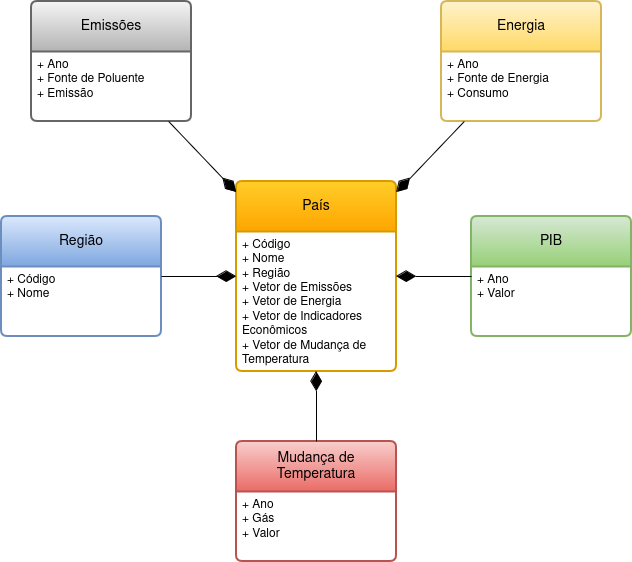
Earlier version of the draw.io export Avaliacao2/modelos/Modelo Lógico.png (Jociclelio/MC536-Projeto1-Banco-de-dados-ODS13). Source tidied: cells renumbered, new cells last; positions are measured from the earlier drawing's top-left corner, leaving out a move shared by most shapes. The source it was exported from:
```xml
<mxGraphModel>
  <root>
    <mxCell id="0" />
    <mxCell id="1" parent="0" />
    <mxCell id="2" value="País" style="swimlane;horizontal=1;startSize=50;rounded=1;fontSize=14;fontStyle=0;strokeWidth=2;shadow=0;dashed=0;align=center;arcSize=4;whiteSpace=wrap;html=1;fillColor=#ffcd28;gradientColor=#ffa500;strokeColor=#d79b00;" parent="1" vertex="1">
      <mxGeometry x="235" y="180" width="160" height="190" as="geometry" />
    </mxCell>
    <mxCell id="3" value="&lt;div&gt;+ Código&lt;br&gt;&lt;/div&gt;&lt;div&gt;+ Nome&lt;/div&gt;&lt;div&gt;+ Região&lt;/div&gt;&lt;div&gt;+ Vetor de Emissões&lt;/div&gt;&lt;div&gt;+ Vetor de Energia&lt;/div&gt;&lt;div&gt;+ Vetor de Indicadores Econômicos&lt;/div&gt;&lt;div&gt;+ Vetor de Mudança de Temperatura&lt;br&gt;&lt;/div&gt;" style="align=left;strokeColor=none;fillColor=none;spacingLeft=4;spacingRight=4;fontSize=12;verticalAlign=top;html=1;whiteSpace=wrap;" parent="2" vertex="1">
      <mxGeometry y="50" width="160" height="140" as="geometry" />
    </mxCell>
    <mxCell id="4" value="Região" style="swimlane;horizontal=1;startSize=50;rounded=1;fontSize=14;fontStyle=0;strokeWidth=2;shadow=0;dashed=0;align=center;arcSize=4;whiteSpace=wrap;html=1;fillColor=#dae8fc;strokeColor=#6c8ebf;gradientColor=#7ea6e0;" parent="1" vertex="1">
      <mxGeometry y="215" width="160" height="120" as="geometry" />
    </mxCell>
    <mxCell id="5" value="+ Código&lt;br&gt;+ Nome" style="align=left;strokeColor=none;fillColor=none;spacingLeft=4;spacingRight=4;fontSize=12;verticalAlign=top;html=1;whiteSpace=wrap;" parent="4" vertex="1">
      <mxGeometry y="50" width="160" height="70" as="geometry" />
    </mxCell>
    <mxCell id="6" value="PIB" style="swimlane;horizontal=1;startSize=50;rounded=1;fontSize=14;fontStyle=0;strokeWidth=2;shadow=0;dashed=0;align=center;arcSize=4;whiteSpace=wrap;html=1;fillColor=#d5e8d4;strokeColor=#82b366;gradientColor=#97d077;" parent="1" vertex="1">
      <mxGeometry x="470" y="215" width="160" height="120" as="geometry" />
    </mxCell>
    <mxCell id="7" value="+ Ano&lt;br&gt;+ Valor" style="align=left;strokeColor=none;fillColor=none;spacingLeft=4;spacingRight=4;fontSize=12;verticalAlign=top;html=1;whiteSpace=wrap;" parent="6" vertex="1">
      <mxGeometry y="50" width="160" height="70" as="geometry" />
    </mxCell>
    <mxCell id="8" value="Emissões" style="swimlane;horizontal=1;startSize=50;rounded=1;fontSize=14;fontStyle=0;strokeWidth=2;shadow=0;dashed=0;align=center;arcSize=4;whiteSpace=wrap;html=1;fillColor=#f5f5f5;strokeColor=#666666;gradientColor=#b3b3b3;" parent="1" vertex="1">
      <mxGeometry x="30" width="160" height="120" as="geometry" />
    </mxCell>
    <mxCell id="9" value="+ Ano&lt;br&gt;+ Fonte de Poluente&lt;br&gt;+ Emissão" style="align=left;strokeColor=none;fillColor=none;spacingLeft=4;spacingRight=4;fontSize=12;verticalAlign=top;html=1;whiteSpace=wrap;" parent="8" vertex="1">
      <mxGeometry y="50" width="160" height="70" as="geometry" />
    </mxCell>
    <mxCell id="10" value="Energia" style="swimlane;horizontal=1;startSize=50;rounded=1;fontSize=14;fontStyle=0;strokeWidth=2;shadow=0;dashed=0;align=center;arcSize=4;whiteSpace=wrap;html=1;fillColor=#fff2cc;strokeColor=#d6b656;gradientColor=#ffd966;" parent="1" vertex="1">
      <mxGeometry x="440" width="160" height="120" as="geometry" />
    </mxCell>
    <mxCell id="11" value="+ Ano&lt;br&gt;+ Fonte de Energia&lt;br&gt;+ Consumo" style="align=left;strokeColor=none;fillColor=none;spacingLeft=4;spacingRight=4;fontSize=12;verticalAlign=top;html=1;whiteSpace=wrap;" parent="10" vertex="1">
      <mxGeometry y="50" width="160" height="70" as="geometry" />
    </mxCell>
    <mxCell id="12" style="endArrow=none;html=1;rounded=0;startArrow=diamondThin;startFill=1;strokeWidth=1;targetPerimeterSpacing=0;sourcePerimeterSpacing=0;endSize=6;startSize=17;" parent="1" edge="1" source="2" target="6">
      <mxGeometry relative="1" as="geometry" />
    </mxCell>
    <mxCell id="13" style="endArrow=diamondThin;html=1;rounded=0;startArrow=none;startFill=0;endFill=1;sourcePerimeterSpacing=0;startSize=6;endSize=17;" parent="1" edge="1" source="4" target="2">
      <mxGeometry relative="1" as="geometry" />
    </mxCell>
    <mxCell id="14" style="endArrow=diamondThin;html=1;rounded=0;startArrow=none;startFill=0;endFill=1;endSize=17;" parent="1" edge="1" source="8" target="2">
      <mxGeometry relative="1" as="geometry" />
    </mxCell>
    <mxCell id="15" style="endArrow=none;html=1;rounded=0;startArrow=diamondThin;startFill=1;startSize=17;" parent="1" edge="1" source="2" target="10">
      <mxGeometry relative="1" as="geometry" />
    </mxCell>
    <mxCell id="16" value="Mudança de Temperatura" style="swimlane;horizontal=1;startSize=50;rounded=1;fontSize=14;fontStyle=0;strokeWidth=2;shadow=0;dashed=0;align=center;arcSize=4;whiteSpace=wrap;html=1;fillColor=#f8cecc;gradientColor=#ea6b66;strokeColor=#b85450;" parent="1" vertex="1">
      <mxGeometry x="235" y="440" width="160" height="120" as="geometry" />
    </mxCell>
    <mxCell id="17" value="&lt;div&gt;+ Ano&lt;/div&gt;&lt;div&gt;+ Gás&lt;br&gt;&lt;/div&gt;+ Valor" style="align=left;strokeColor=none;fillColor=none;spacingLeft=4;spacingRight=4;fontSize=12;verticalAlign=top;html=1;whiteSpace=wrap;" parent="16" vertex="1">
      <mxGeometry y="50" width="160" height="70" as="geometry" />
    </mxCell>
    <mxCell id="18" style="endArrow=none;html=1;rounded=0;startArrow=diamondThin;startFill=1;startSize=17;" parent="1" edge="1" source="3" target="16">
      <mxGeometry relative="1" as="geometry" />
    </mxCell>
  </root>
</mxGraphModel>
```
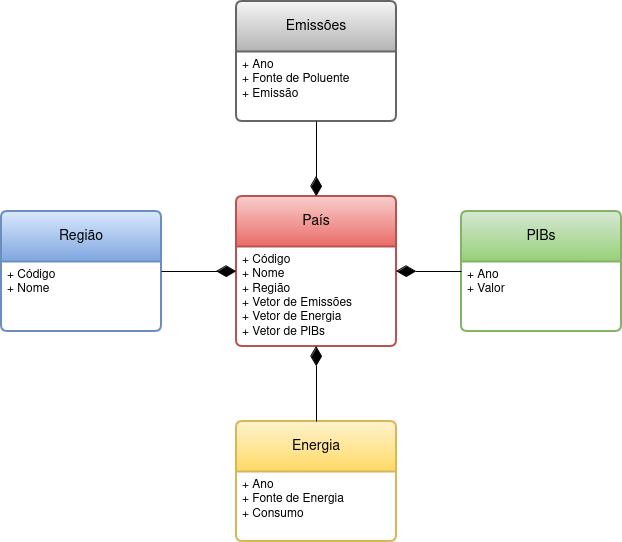
Above is the later version.

Commit message:
Adicionando o Modelo Lógico

Diff of the diagram source:
```diff
@@ -2,32 +2,32 @@
   <root>
     <mxCell id="0" />
     <mxCell id="1" parent="0" />
-    <mxCell id="2" value="País" style="swimlane;horizontal=1;startSize=50;rounded=1;fontSize=14;fontStyle=0;strokeWidth=2;shadow=0;dashed=0;align=center;arcSize=4;whiteSpace=wrap;html=1;fillColor=#ffcd28;gradientColor=#ffa500;strokeColor=#d79b00;" parent="1" vertex="1">
-      <mxGeometry x="235" y="180" width="160" height="190" as="geometry" />
+    <mxCell id="2" value="País" style="swimlane;horizontal=1;startSize=50;rounded=1;fontSize=14;fontStyle=0;strokeWidth=2;shadow=0;dashed=0;align=center;arcSize=4;whiteSpace=wrap;html=1;fillColor=#f8cecc;gradientColor=#ea6b66;strokeColor=#b85450;" parent="1" vertex="1">
+      <mxGeometry x="235" y="185" width="160" height="150" as="geometry" />
     </mxCell>
-    <mxCell id="3" value="&lt;div&gt;+ Código&lt;br&gt;&lt;/div&gt;&lt;div&gt;+ Nome&lt;/div&gt;&lt;div&gt;+ Região&lt;/div&gt;&lt;div&gt;+ Vetor de Emissões&lt;/div&gt;&lt;div&gt;+ Vetor de Energia&lt;/div&gt;&lt;div&gt;+ Vetor de Indicadores Econômicos&lt;/div&gt;&lt;div&gt;+ Vetor de Mudança de Temperatura&lt;br&gt;&lt;/div&gt;" style="align=left;strokeColor=none;fillColor=none;spacingLeft=4;spacingRight=4;fontSize=12;verticalAlign=top;html=1;whiteSpace=wrap;" parent="2" vertex="1">
-      <mxGeometry y="50" width="160" height="140" as="geometry" />
+    <mxCell id="3" value="&lt;div&gt;+ Código&lt;br&gt;&lt;/div&gt;&lt;div&gt;+ Nome&lt;/div&gt;&lt;div&gt;+ Região&lt;/div&gt;&lt;div&gt;+ Vetor de Emissões&lt;/div&gt;&lt;div&gt;+ Vetor de Energia&lt;/div&gt;&lt;div&gt;+ Vetor de PIBs&lt;/div&gt;" style="align=left;strokeColor=none;fillColor=none;spacingLeft=4;spacingRight=4;fontSize=12;verticalAlign=top;html=1;whiteSpace=wrap;" parent="2" vertex="1">
+      <mxGeometry y="50" width="160" height="100" as="geometry" />
     </mxCell>
     <mxCell id="4" value="Região" style="swimlane;horizontal=1;startSize=50;rounded=1;fontSize=14;fontStyle=0;strokeWidth=2;shadow=0;dashed=0;align=center;arcSize=4;whiteSpace=wrap;html=1;fillColor=#dae8fc;strokeColor=#6c8ebf;gradientColor=#7ea6e0;" parent="1" vertex="1">
-      <mxGeometry y="215" width="160" height="120" as="geometry" />
+      <mxGeometry y="200" width="160" height="120" as="geometry" />
     </mxCell>
     <mxCell id="5" value="+ Código&lt;br&gt;+ Nome" style="align=left;strokeColor=none;fillColor=none;spacingLeft=4;spacingRight=4;fontSize=12;verticalAlign=top;html=1;whiteSpace=wrap;" parent="4" vertex="1">
       <mxGeometry y="50" width="160" height="70" as="geometry" />
     </mxCell>
-    <mxCell id="6" value="PIB" style="swimlane;horizontal=1;startSize=50;rounded=1;fontSize=14;fontStyle=0;strokeWidth=2;shadow=0;dashed=0;align=center;arcSize=4;whiteSpace=wrap;html=1;fillColor=#d5e8d4;strokeColor=#82b366;gradientColor=#97d077;" parent="1" vertex="1">
-      <mxGeometry x="470" y="215" width="160" height="120" as="geometry" />
+    <mxCell id="6" value="PIBs" style="swimlane;horizontal=1;startSize=50;rounded=1;fontSize=14;fontStyle=0;strokeWidth=2;shadow=0;dashed=0;align=center;arcSize=4;whiteSpace=wrap;html=1;fillColor=#d5e8d4;strokeColor=#82b366;gradientColor=#97d077;" parent="1" vertex="1">
+      <mxGeometry x="460" y="200" width="160" height="120" as="geometry" />
     </mxCell>
     <mxCell id="7" value="+ Ano&lt;br&gt;+ Valor" style="align=left;strokeColor=none;fillColor=none;spacingLeft=4;spacingRight=4;fontSize=12;verticalAlign=top;html=1;whiteSpace=wrap;" parent="6" vertex="1">
       <mxGeometry y="50" width="160" height="70" as="geometry" />
     </mxCell>
     <mxCell id="8" value="Emissões" style="swimlane;horizontal=1;startSize=50;rounded=1;fontSize=14;fontStyle=0;strokeWidth=2;shadow=0;dashed=0;align=center;arcSize=4;whiteSpace=wrap;html=1;fillColor=#f5f5f5;strokeColor=#666666;gradientColor=#b3b3b3;" parent="1" vertex="1">
-      <mxGeometry x="30" width="160" height="120" as="geometry" />
+      <mxGeometry x="235" y="-10" width="160" height="120" as="geometry" />
     </mxCell>
     <mxCell id="9" value="+ Ano&lt;br&gt;+ Fonte de Poluente&lt;br&gt;+ Emissão" style="align=left;strokeColor=none;fillColor=none;spacingLeft=4;spacingRight=4;fontSize=12;verticalAlign=top;html=1;whiteSpace=wrap;" parent="8" vertex="1">
       <mxGeometry y="50" width="160" height="70" as="geometry" />
     </mxCell>
     <mxCell id="10" value="Energia" style="swimlane;horizontal=1;startSize=50;rounded=1;fontSize=14;fontStyle=0;strokeWidth=2;shadow=0;dashed=0;align=center;arcSize=4;whiteSpace=wrap;html=1;fillColor=#fff2cc;strokeColor=#d6b656;gradientColor=#ffd966;" parent="1" vertex="1">
-      <mxGeometry x="440" width="160" height="120" as="geometry" />
+      <mxGeometry x="235" y="410" width="160" height="120" as="geometry" />
     </mxCell>
     <mxCell id="11" value="+ Ano&lt;br&gt;+ Fonte de Energia&lt;br&gt;+ Consumo" style="align=left;strokeColor=none;fillColor=none;spacingLeft=4;spacingRight=4;fontSize=12;verticalAlign=top;html=1;whiteSpace=wrap;" parent="10" vertex="1">
       <mxGeometry y="50" width="160" height="70" as="geometry" />
@@ -44,14 +44,5 @@
     <mxCell id="15" style="endArrow=none;html=1;rounded=0;startArrow=diamondThin;startFill=1;startSize=17;" parent="1" edge="1" source="2" target="10">
       <mxGeometry relative="1" as="geometry" />
     </mxCell>
-    <mxCell id="16" value="Mudança de Temperatura" style="swimlane;horizontal=1;startSize=50;rounded=1;fontSize=14;fontStyle=0;strokeWidth=2;shadow=0;dashed=0;align=center;arcSize=4;whiteSpace=wrap;html=1;fillColor=#f8cecc;gradientColor=#ea6b66;strokeColor=#b85450;" parent="1" vertex="1">
-      <mxGeometry x="235" y="440" width="160" height="120" as="geometry" />
-    </mxCell>
-    <mxCell id="17" value="&lt;div&gt;+ Ano&lt;/div&gt;&lt;div&gt;+ Gás&lt;br&gt;&lt;/div&gt;+ Valor" style="align=left;strokeColor=none;fillColor=none;spacingLeft=4;spacingRight=4;fontSize=12;verticalAlign=top;html=1;whiteSpace=wrap;" parent="16" vertex="1">
-      <mxGeometry y="50" width="160" height="70" as="geometry" />
-    </mxCell>
-    <mxCell id="18" style="endArrow=none;html=1;rounded=0;startArrow=diamondThin;startFill=1;startSize=17;" parent="1" edge="1" source="3" target="16">
-      <mxGeometry relative="1" as="geometry" />
-    </mxCell>
   </root>
 </mxGraphModel>
```
